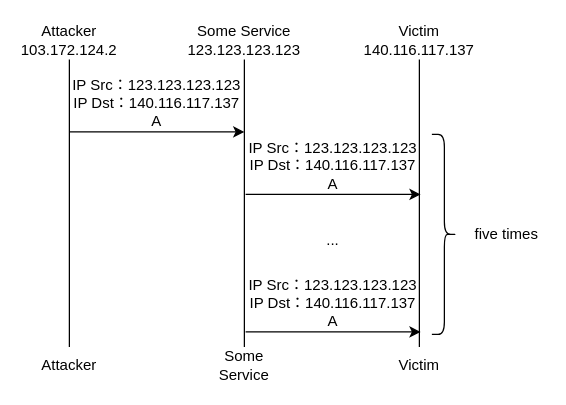
Vincent550102/NASA-graph keeps this draw.io diagram as NASA-graph/Security/IP spoofing2.drawio. Above is the earlier version. Source tidied: cells renumbered, new cells numbered last; positions are measured from the earlier drawing's top-left corner, leaving out a move shared by most shapes. Both pictures are drawn from the tidied source at 125%, with x=0, y=0 at pixel (31, 21).
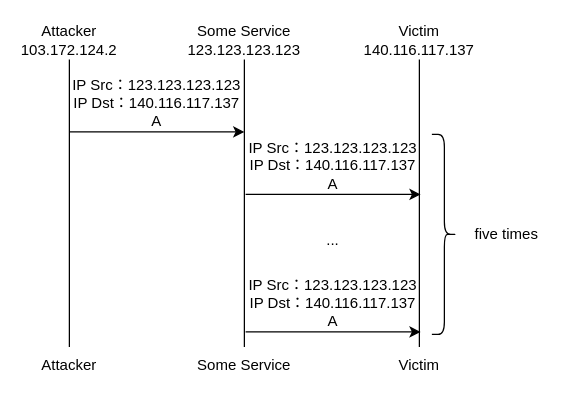
Above is the later version.

The edit, as a diff of the source:
```diff
@@
-    <mxCell id="9" value="Some&lt;br&gt;Service" style="text;html=1;strokeColor=none;fillColor=none;align=center;verticalAlign=middle;whiteSpace=wrap;rounded=0;" parent="1" vertex="1">
-      <mxGeometry x="140" y="260" width="60" height="30" as="geometry" />
+    <mxCell id="9" value="Some Service" style="text;html=1;strokeColor=none;fillColor=none;align=center;verticalAlign=middle;whiteSpace=wrap;rounded=0;" parent="1" vertex="1">
+      <mxGeometry x="130" y="260" width="80" height="30" as="geometry" />
     </mxCell>
```
